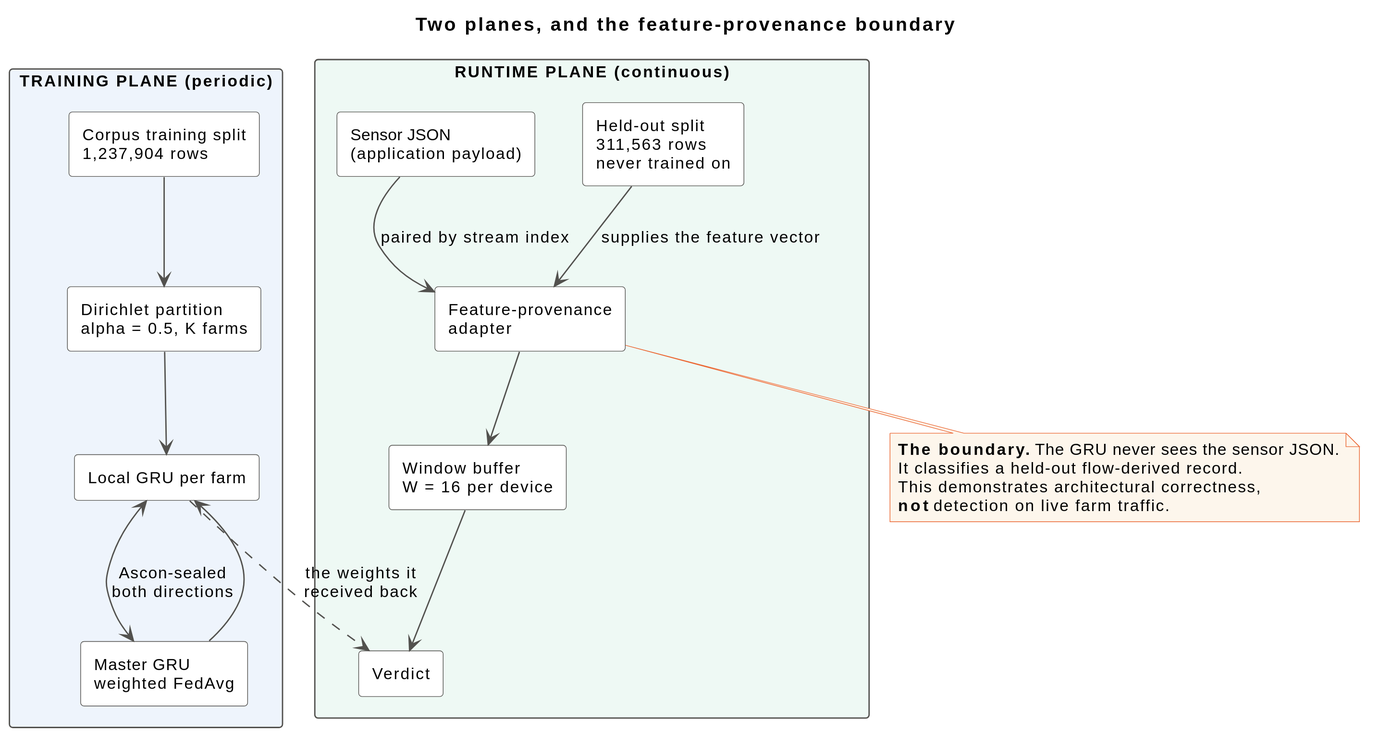
AryanAgarwal1251/ascon_smart_agri keeps this PlantUML diagram as paper/diagrams/04_two_planes.svg. Above is the earlier version. Source of this version:
```plantuml
@startuml
scale 2
skinparam defaultFontName Helvetica
skinparam defaultFontSize 12
skinparam shadowing false
skinparam ArrowColor #52514e
skinparam rectangle {
  BackgroundColor #ffffff
  BorderColor #52514e
}
skinparam NoteBackgroundColor #fdf6ec
skinparam NoteBorderColor #eb6834

title Two planes, and the feature-provenance boundary

rectangle "TRAINING PLANE  (periodic)" as TP #eef4fc {
  rectangle "Corpus training split\n1,237,904 rows" as TR
  rectangle "Dirichlet partition\nalpha = 0.5, K farms" as DP
  rectangle "Local GRU per farm" as LG
  rectangle "Master GRU\nweighted FedAvg" as MG
}

rectangle "RUNTIME PLANE  (continuous)" as RP #eef9f4 {
  rectangle "Sensor JSON\n(application payload)" as JS
  rectangle "Feature-provenance\nadapter" as FPA
  rectangle "Held-out split\n311,563 rows\nnever trained on" as HO
  rectangle "Window buffer\nW = 16 per device" as WB
  rectangle "Verdict" as V
}

TR --> DP
DP --> LG
LG <--> MG : Ascon-sealed\nboth directions
MG --> LG

JS --> FPA : paired by stream index
HO --> FPA : supplies the feature vector
FPA --> WB
WB --> V
LG ..> V : the weights it\nreceived back

note bottom of FPA
  <b>The boundary.</b> The GRU never sees the sensor JSON.
  It classifies a held-out flow-derived record.
  This demonstrates architectural correctness,
  <b>not</b> detection on live farm traffic.
end note
@enduml
```
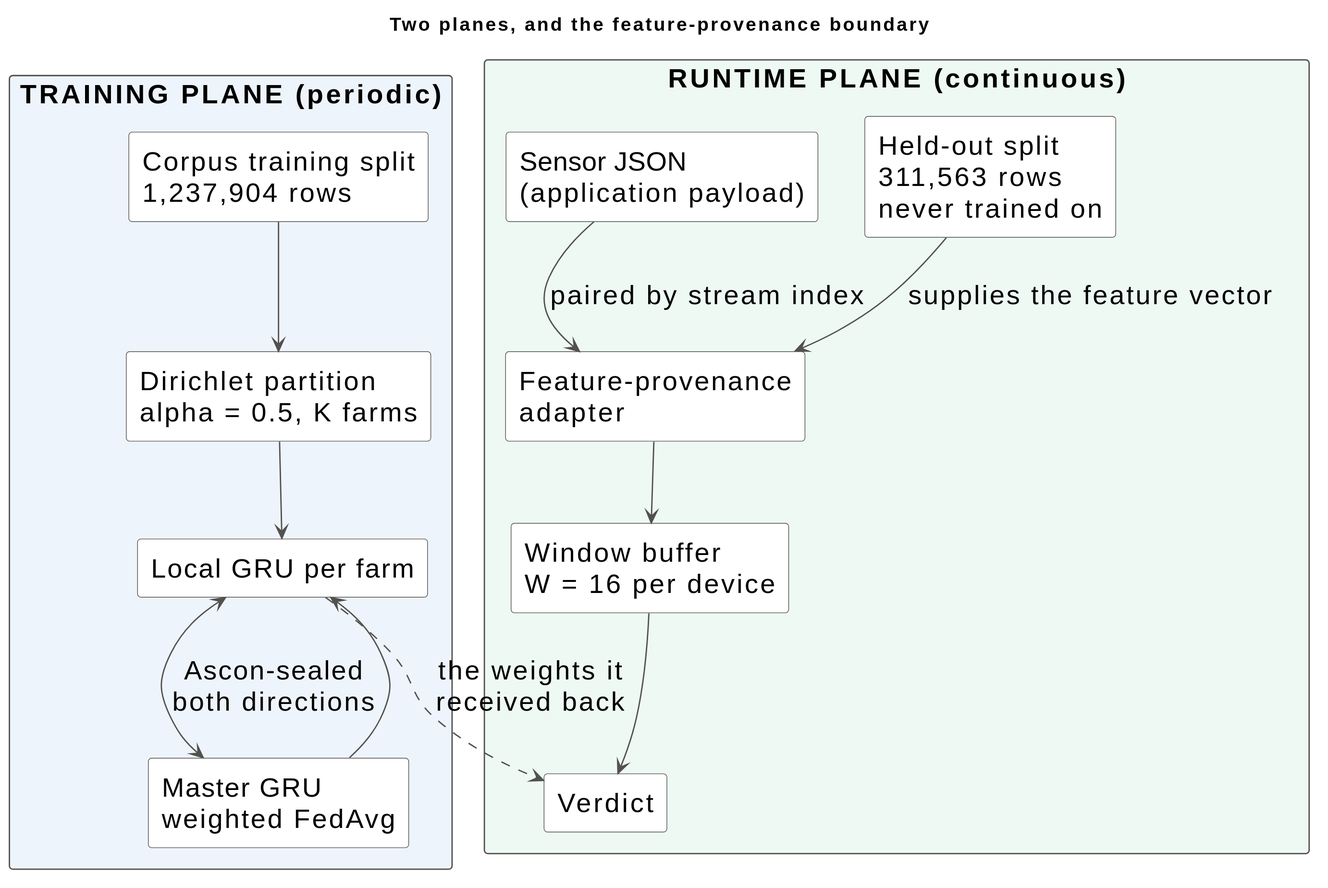
The same file after the commit.

Change to the diagram source:
```diff
@@ -1,7 +1,7 @@
 @startuml
 scale 2
 skinparam defaultFontName Helvetica
-skinparam defaultFontSize 12
+skinparam defaultFontSize 20
 skinparam shadowing false
 skinparam ArrowColor #52514e
 skinparam rectangle {
@@ -38,11 +38,4 @@
 FPA --> WB
 WB --> V
 LG ..> V : the weights it\nreceived back
-
-note bottom of FPA
-  <b>The boundary.</b> The GRU never sees the sensor JSON.
-  It classifies a held-out flow-derived record.
-  This demonstrates architectural correctness,
-  <b>not</b> detection on live farm traffic.
-end note
 @enduml
```
